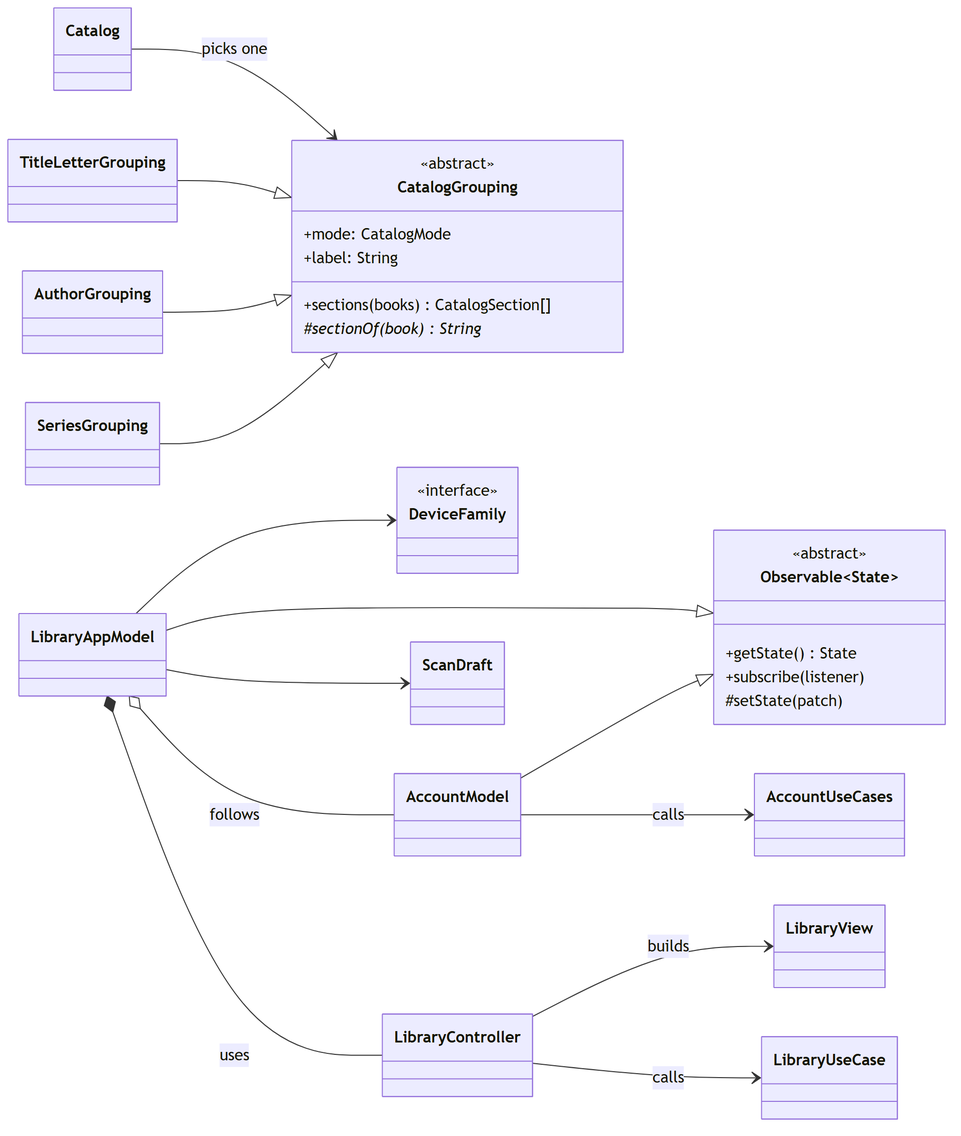
Above: docs/design/figures/class-presentation.png in ghechavarria/cen5064-project-hechavarria (Mermaid), before the change. Its source is kept beside it as docs/design/diagrams/class-presentation.mmd.
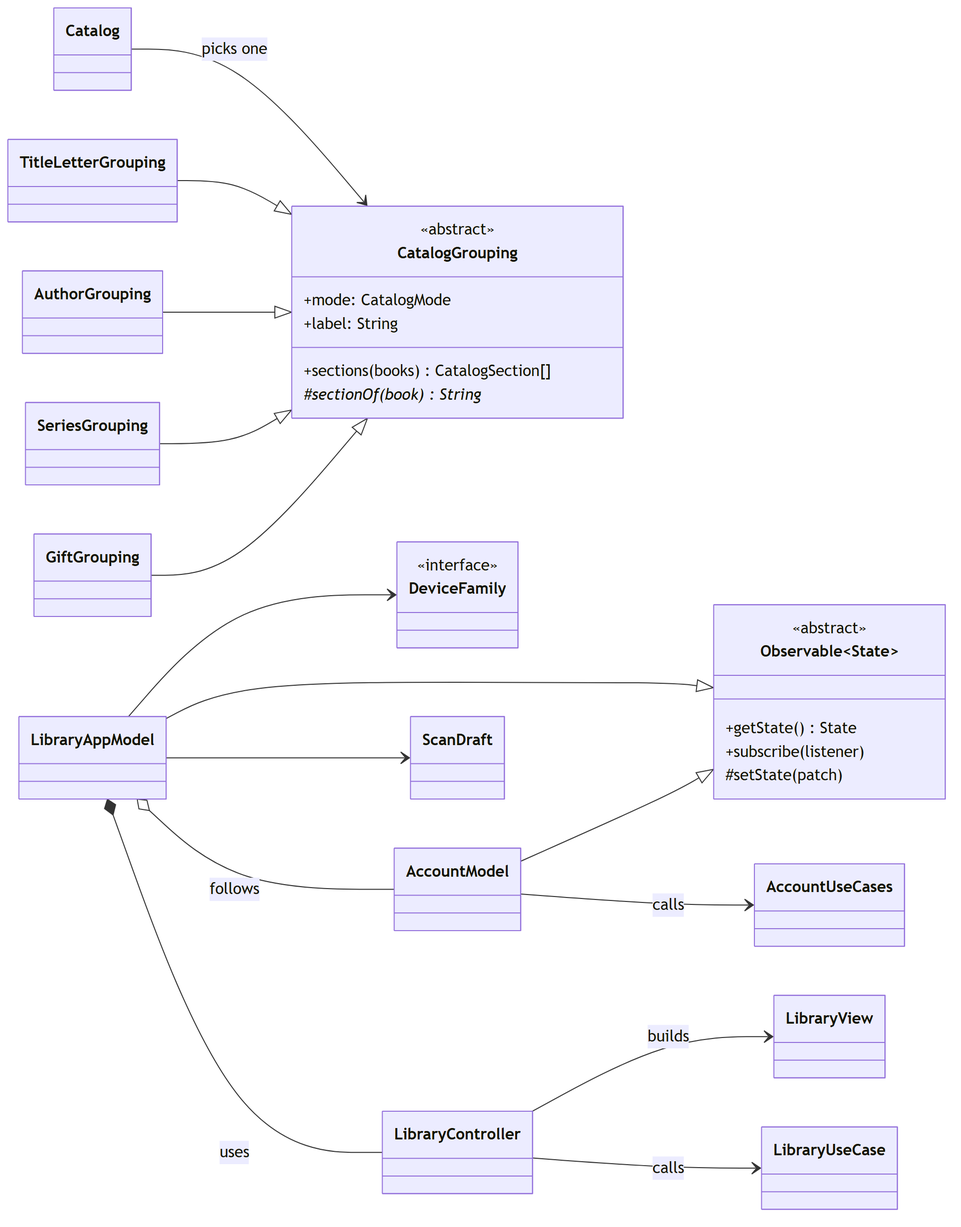
Later version of the same file.

Change to the diagram source:
```diff
@@ -29,3 +29,4 @@
     TitleLetterGrouping --|> CatalogGrouping
     AuthorGrouping --|> CatalogGrouping
     SeriesGrouping --|> CatalogGrouping
+    GiftGrouping --|> CatalogGrouping
```
